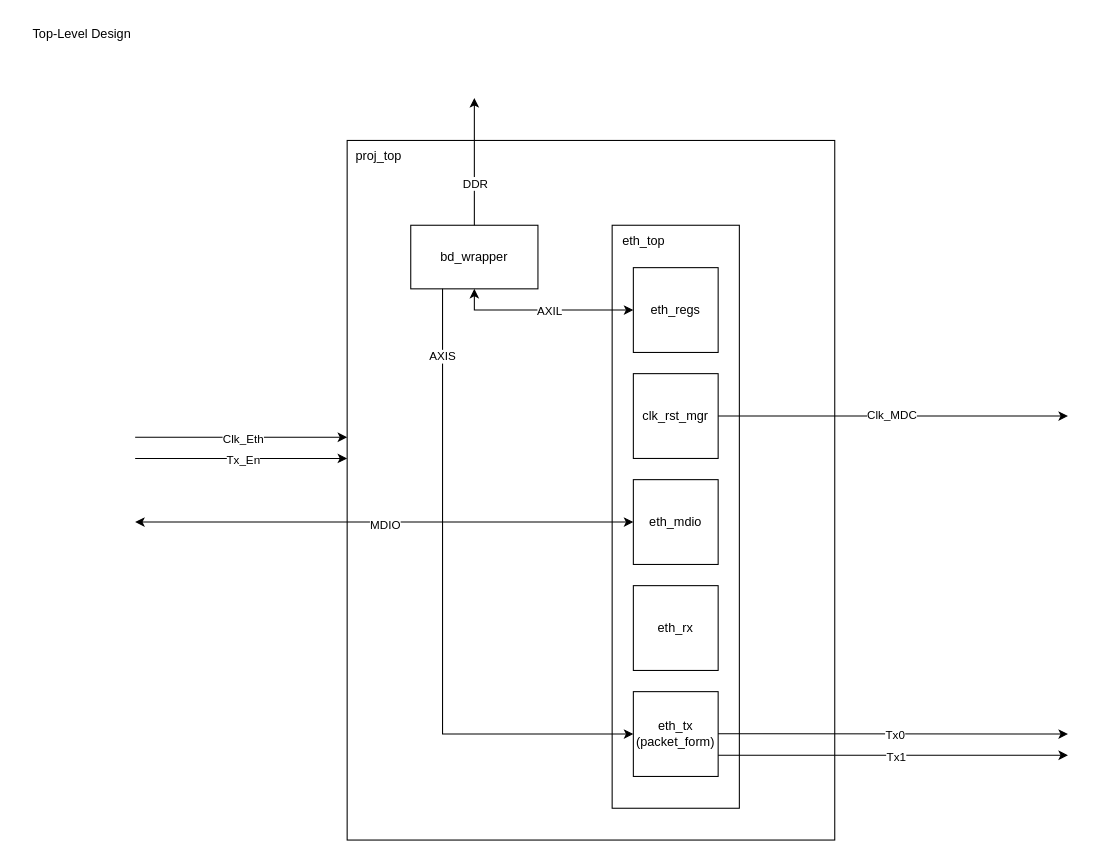
Earlier version of the draw.io diagram page "Top-Level" (1 of 2) of 04_docs/diagrams/eth_bd.drawio (AlexDom513/simpleEthernet). Source tidied: cells renumbered, new cells numbered last; positions are measured from the earlier drawing's top-left corner, leaving out a move shared by most shapes. Both pictures are drawn from the tidied source at 106%, with x=0, y=0 at pixel (18, 18).
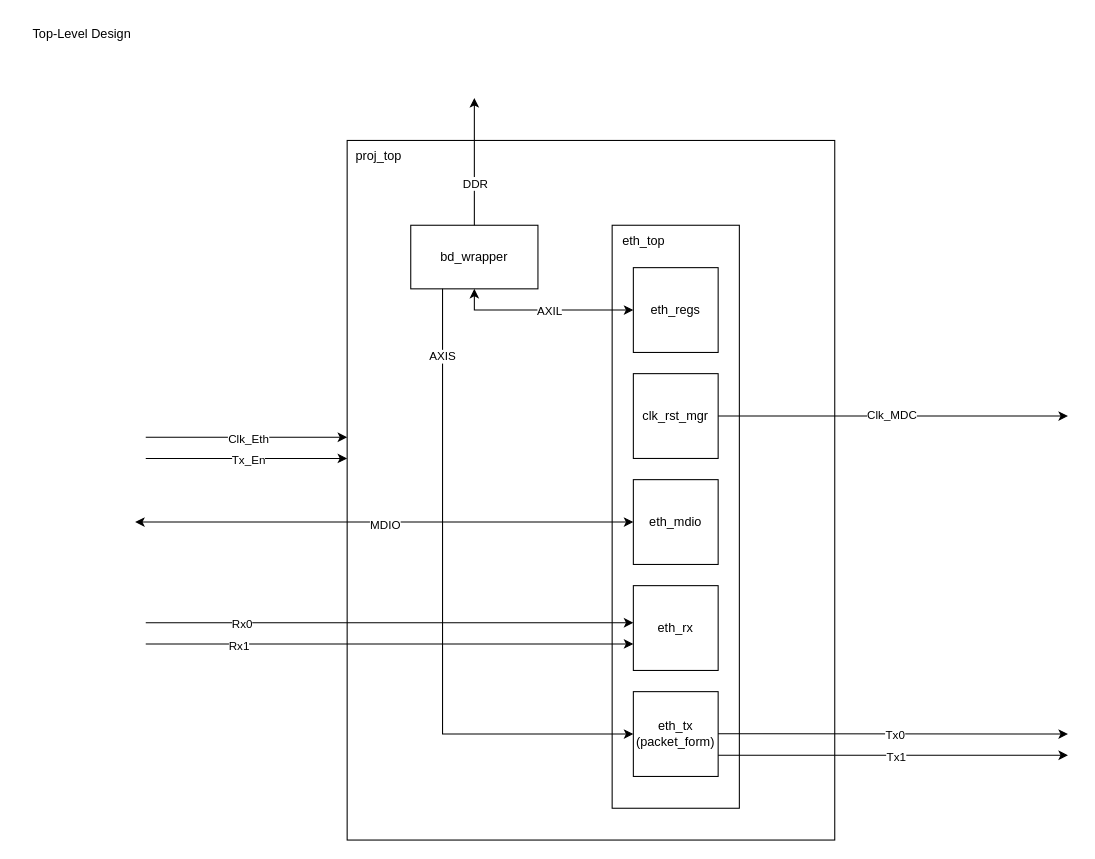
The same page after the edit.

Change to the diagram source:
```diff
@@
     <mxCell id="15" style="endArrow=classic;html=1;rounded=0;entryX=0;entryY=0.25;entryDx=0;entryDy=0;" parent="1" edge="1">
       <mxGeometry relative="1" as="geometry">
-        <mxPoint x="110" y="395" as="sourcePoint" />
+        <mxPoint x="120" y="395" as="sourcePoint" />
         <mxPoint x="310" y="395" as="targetPoint" />
       </mxGeometry>
     </mxCell>
@@
     <mxCell id="17" style="endArrow=classic;html=1;rounded=0;entryX=0;entryY=0.25;entryDx=0;entryDy=0;" parent="1" edge="1">
       <mxGeometry relative="1" as="geometry">
-        <mxPoint x="110" y="415" as="sourcePoint" />
+        <mxPoint x="120" y="415" as="sourcePoint" />
         <mxPoint x="310" y="415" as="targetPoint" />
       </mxGeometry>
     </mxCell>
@@
+    <mxCell id="31" style="endArrow=classic;html=1;rounded=0;entryX=0;entryY=0.25;entryDx=0;entryDy=0;" parent="1" edge="1">
+      <mxGeometry relative="1" as="geometry">
+        <mxPoint x="120" y="570" as="sourcePoint" />
+        <mxPoint x="580" y="570" as="targetPoint" />
+      </mxGeometry>
+    </mxCell>
+    <mxCell id="32" value="Rx0" style="edgeLabel;html=1;align=center;verticalAlign=middle;" parent="31" vertex="1">
+      <mxGeometry x="-0.61" relative="1" as="geometry" />
+    </mxCell>
+    <mxCell id="33" style="endArrow=classic;html=1;rounded=0;entryX=0;entryY=0.25;entryDx=0;entryDy=0;" parent="1" edge="1">
+      <mxGeometry relative="1" as="geometry">
+        <mxPoint x="120" y="590" as="sourcePoint" />
+        <mxPoint x="580" y="590" as="targetPoint" />
+      </mxGeometry>
+    </mxCell>
+    <mxCell id="34" value="Rx1" style="edgeLabel;html=1;align=center;verticalAlign=middle;" parent="33" vertex="1">
+      <mxGeometry x="-0.62" y="-1" relative="1" as="geometry" />
+    </mxCell>
```
